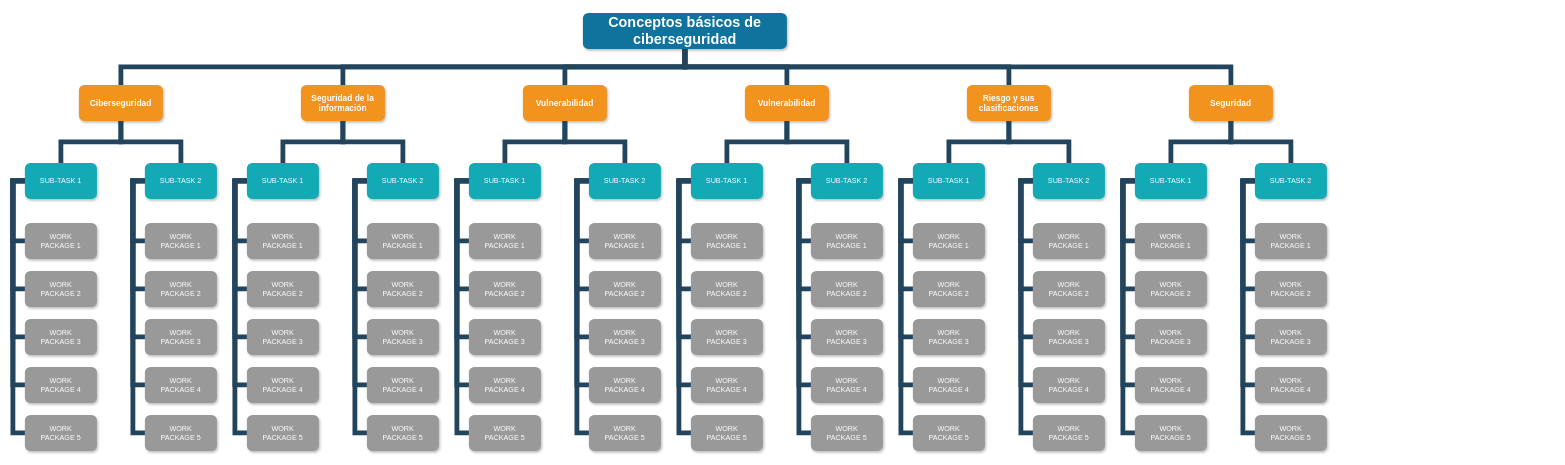
The draw.io diagram page "Page-1" (1 of 2) of Diagrama sin título.drawio in AliOrtega/Diagramas, before the edit. Source tidied: cells renumbered, new cells numbered last; positions are measured from the earlier drawing's top-left corner, leaving out a move shared by most shapes. Both pictures are drawn from the tidied source at 60%, with x=0, y=0 at pixel (13, 13).
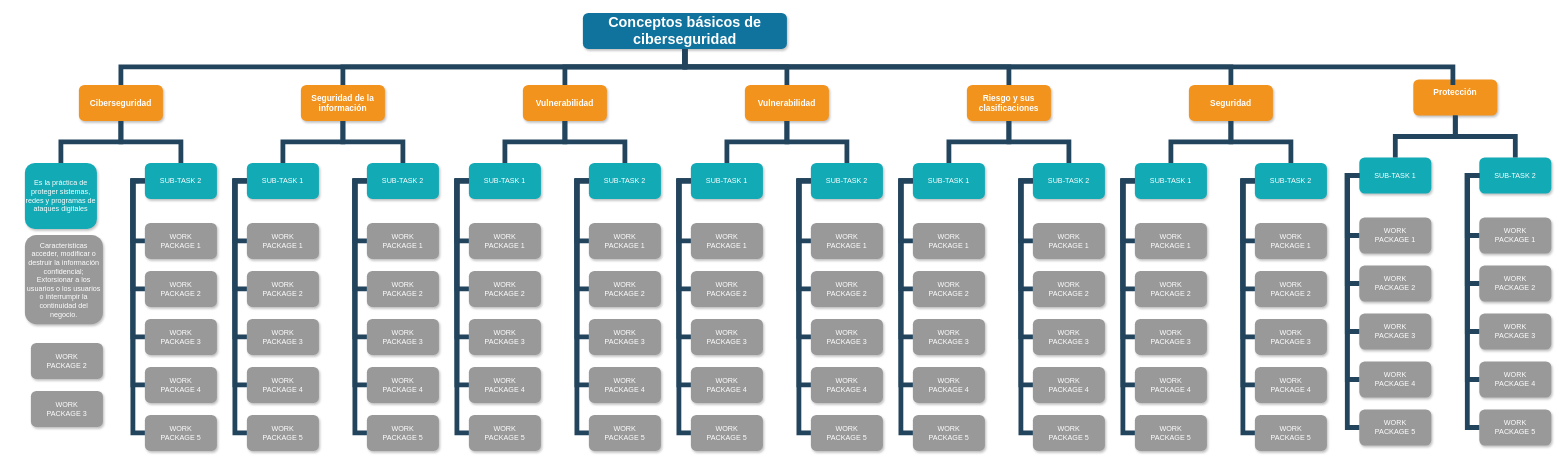
After the change.

What changed in the source:
```diff
@@
-    <mxCell id="9" value="SUB-TASK 1" style="whiteSpace=wrap;rounded=1;fillColor=#12AAB5;strokeColor=none;shadow=1;fontColor=#FFFFFF;" parent="1" vertex="1">
-      <mxGeometry x="20" y="250" width="120" height="60" as="geometry" />
+    <mxCell id="9" value="Es la práctica de proteger sistemas, redes y programas de ataques digitales" style="whiteSpace=wrap;rounded=1;fillColor=#12AAB5;strokeColor=none;shadow=1;fontColor=#FFFFFF;" parent="1" vertex="1">
+      <mxGeometry x="20" y="250" width="120" height="110" as="geometry" />
     </mxCell>
@@
-    <mxCell id="11" value="WORK&#10;PACKAGE 1" style="whiteSpace=wrap;rounded=1;fillColor=#999999;strokeColor=none;shadow=1;fontColor=#FFFFFF;fontStyle=0;" parent="1" vertex="1">
-      <mxGeometry x="20" y="350" width="120" height="60" as="geometry" />
+    <mxCell id="11" value="Caracteristicas&#10;acceder, modificar o destruir la información confidencial; Extorsionar a los usuarios o los usuarios o interrumpir la continuidad del negocio." style="whiteSpace=wrap;rounded=1;fillColor=#999999;strokeColor=none;shadow=1;fontColor=#FFFFFF;fontStyle=0;" parent="1" vertex="1">
+      <mxGeometry x="20" y="370" width="130" height="149" as="geometry" />
     </mxCell>
     <mxCell id="12" value="WORK&#10;PACKAGE 2" style="whiteSpace=wrap;rounded=1;fillColor=#999999;strokeColor=none;shadow=1;fontColor=#FFFFFF;fontStyle=0;" parent="1" vertex="1">
-      <mxGeometry x="20" y="430" width="120" height="60" as="geometry" />
+      <mxGeometry x="30" y="550" width="120" height="60" as="geometry" />
     </mxCell>
     <mxCell id="13" value="WORK&#10;PACKAGE 3" style="whiteSpace=wrap;rounded=1;fillColor=#999999;strokeColor=none;shadow=1;fontColor=#FFFFFF;fontStyle=0;" parent="1" vertex="1">
-      <mxGeometry x="20" y="510" width="120" height="60" as="geometry" />
+      <mxGeometry x="30" y="630" width="120" height="60" as="geometry" />
     </mxCell>
-    <mxCell id="14" value="WORK&#10;PACKAGE 4" style="whiteSpace=wrap;rounded=1;fillColor=#999999;strokeColor=none;shadow=1;fontColor=#FFFFFF;fontStyle=0;" parent="1" vertex="1">
-      <mxGeometry x="20" y="590" width="120" height="60" as="geometry" />
-    </mxCell>
-    <mxCell id="15" value="WORK&#10;PACKAGE 5" style="whiteSpace=wrap;rounded=1;fillColor=#999999;strokeColor=none;shadow=1;fontColor=#FFFFFF;fontStyle=0;" parent="1" vertex="1">
-      <mxGeometry x="20" y="670" width="120" height="60" as="geometry" />
-    </mxCell>
@@
-    <mxCell id="35" style="edgeStyle=elbowEdgeStyle;elbow=horizontal;rounded=0;fontColor=#000000;endArrow=none;endFill=0;strokeWidth=8;strokeColor=#23445D;" parent="1" edge="1" source="9" target="11">
-      <mxGeometry relative="1" as="geometry">
-        <Array as="points">
-          <mxPoint y="330" />
-        </Array>
-      </mxGeometry>
-    </mxCell>
-    <mxCell id="36" style="edgeStyle=elbowEdgeStyle;elbow=horizontal;rounded=0;fontColor=#000000;endArrow=none;endFill=0;strokeWidth=8;strokeColor=#23445D;" parent="1" edge="1" source="9" target="12">
-      <mxGeometry relative="1" as="geometry">
-        <Array as="points">
-          <mxPoint y="350" />
-        </Array>
-      </mxGeometry>
-    </mxCell>
-    <mxCell id="37" style="edgeStyle=elbowEdgeStyle;elbow=horizontal;rounded=0;fontColor=#000000;endArrow=none;endFill=0;strokeWidth=8;strokeColor=#23445D;" parent="1" edge="1" source="9" target="15">
-      <mxGeometry relative="1" as="geometry">
-        <Array as="points">
-          <mxPoint y="490" />
-        </Array>
-      </mxGeometry>
-    </mxCell>
-    <mxCell id="38" style="edgeStyle=elbowEdgeStyle;elbow=horizontal;rounded=0;fontColor=#000000;endArrow=none;endFill=0;strokeWidth=8;strokeColor=#23445D;" parent="1" edge="1" source="9" target="14">
-      <mxGeometry relative="1" as="geometry">
-        <Array as="points">
-          <mxPoint y="360" />
-        </Array>
-      </mxGeometry>
-    </mxCell>
-    <mxCell id="39" style="edgeStyle=elbowEdgeStyle;elbow=horizontal;rounded=0;fontColor=#000000;endArrow=none;endFill=0;strokeWidth=8;strokeColor=#23445D;" parent="1" edge="1" source="9" target="13">
-      <mxGeometry relative="1" as="geometry">
-        <Array as="points">
-          <mxPoint y="380" />
-        </Array>
-      </mxGeometry>
-    </mxCell>
@@
+    <mxCell id="159" value="Protección&#10;" style="whiteSpace=wrap;rounded=1;fillColor=#F2931E;strokeColor=none;shadow=1;fontColor=#FFFFFF;fontStyle=1;fontSize=14;" parent="1" vertex="1">
+      <mxGeometry x="2334" y="111" width="140" height="60" as="geometry" />
+    </mxCell>
+    <mxCell id="160" value="SUB-TASK 1" style="whiteSpace=wrap;rounded=1;fillColor=#12AAB5;strokeColor=none;shadow=1;fontColor=#FFFFFF;" parent="1" vertex="1">
+      <mxGeometry x="2244" y="241" width="120" height="60" as="geometry" />
+    </mxCell>
+    <mxCell id="161" value="SUB-TASK 2" style="whiteSpace=wrap;rounded=1;fillColor=#12AAB5;strokeColor=none;shadow=1;fontColor=#FFFFFF;" parent="1" vertex="1">
+      <mxGeometry x="2444" y="241" width="120" height="60" as="geometry" />
+    </mxCell>
+    <mxCell id="162" value="WORK&#10;PACKAGE 1" style="whiteSpace=wrap;rounded=1;fillColor=#999999;strokeColor=none;shadow=1;fontColor=#FFFFFF;fontStyle=0;" parent="1" vertex="1">
+      <mxGeometry x="2244" y="341" width="120" height="60" as="geometry" />
+    </mxCell>
+    <mxCell id="163" value="WORK&#10;PACKAGE 2" style="whiteSpace=wrap;rounded=1;fillColor=#999999;strokeColor=none;shadow=1;fontColor=#FFFFFF;fontStyle=0;" parent="1" vertex="1">
+      <mxGeometry x="2244" y="421" width="120" height="60" as="geometry" />
+    </mxCell>
+    <mxCell id="164" value="WORK&#10;PACKAGE 3" style="whiteSpace=wrap;rounded=1;fillColor=#999999;strokeColor=none;shadow=1;fontColor=#FFFFFF;fontStyle=0;" parent="1" vertex="1">
+      <mxGeometry x="2244" y="501" width="120" height="60" as="geometry" />
+    </mxCell>
+    <mxCell id="165" value="WORK&#10;PACKAGE 4" style="whiteSpace=wrap;rounded=1;fillColor=#999999;strokeColor=none;shadow=1;fontColor=#FFFFFF;fontStyle=0;" parent="1" vertex="1">
+      <mxGeometry x="2244" y="581" width="120" height="60" as="geometry" />
+    </mxCell>
+    <mxCell id="166" value="WORK&#10;PACKAGE 5" style="whiteSpace=wrap;rounded=1;fillColor=#999999;strokeColor=none;shadow=1;fontColor=#FFFFFF;fontStyle=0;" parent="1" vertex="1">
+      <mxGeometry x="2244" y="661" width="120" height="60" as="geometry" />
+    </mxCell>
+    <mxCell id="167" value="WORK&#10;PACKAGE 1" style="whiteSpace=wrap;rounded=1;fillColor=#999999;strokeColor=none;shadow=1;fontColor=#FFFFFF;fontStyle=0;" parent="1" vertex="1">
+      <mxGeometry x="2444" y="341" width="120" height="60" as="geometry" />
+    </mxCell>
+    <mxCell id="168" value="WORK&#10;PACKAGE 2" style="whiteSpace=wrap;rounded=1;fillColor=#999999;strokeColor=none;shadow=1;fontColor=#FFFFFF;fontStyle=0;" parent="1" vertex="1">
+      <mxGeometry x="2444" y="421" width="120" height="60" as="geometry" />
+    </mxCell>
+    <mxCell id="169" value="WORK&#10;PACKAGE 3" style="whiteSpace=wrap;rounded=1;fillColor=#999999;strokeColor=none;shadow=1;fontColor=#FFFFFF;fontStyle=0;" parent="1" vertex="1">
+      <mxGeometry x="2444" y="501" width="120" height="60" as="geometry" />
+    </mxCell>
+    <mxCell id="170" value="WORK&#10;PACKAGE 4" style="whiteSpace=wrap;rounded=1;fillColor=#999999;strokeColor=none;shadow=1;fontColor=#FFFFFF;fontStyle=0;" parent="1" vertex="1">
+      <mxGeometry x="2444" y="581" width="120" height="60" as="geometry" />
+    </mxCell>
+    <mxCell id="171" value="WORK&#10;PACKAGE 5" style="whiteSpace=wrap;rounded=1;fillColor=#999999;strokeColor=none;shadow=1;fontColor=#FFFFFF;fontStyle=0;" parent="1" vertex="1">
+      <mxGeometry x="2444" y="661" width="120" height="60" as="geometry" />
+    </mxCell>
+    <mxCell id="172" style="edgeStyle=elbowEdgeStyle;elbow=horizontal;rounded=0;fontColor=#000000;endArrow=none;endFill=0;strokeWidth=8;strokeColor=#23445D;" parent="1" edge="1" source="160" target="162">
+      <mxGeometry relative="1" as="geometry">
+        <Array as="points">
+          <mxPoint x="2224" y="321" />
+        </Array>
+      </mxGeometry>
+    </mxCell>
+    <mxCell id="173" style="edgeStyle=elbowEdgeStyle;elbow=horizontal;rounded=0;fontColor=#000000;endArrow=none;endFill=0;strokeWidth=8;strokeColor=#23445D;" parent="1" edge="1" source="160" target="163">
+      <mxGeometry relative="1" as="geometry">
+        <Array as="points">
+          <mxPoint x="2224" y="361" />
+        </Array>
+      </mxGeometry>
+    </mxCell>
+    <mxCell id="174" style="edgeStyle=elbowEdgeStyle;elbow=horizontal;rounded=0;fontColor=#000000;endArrow=none;endFill=0;strokeWidth=8;strokeColor=#23445D;" parent="1" edge="1" source="160" target="166">
+      <mxGeometry relative="1" as="geometry">
+        <Array as="points">
+          <mxPoint x="2224" y="491" />
+        </Array>
+      </mxGeometry>
+    </mxCell>
+    <mxCell id="175" style="edgeStyle=elbowEdgeStyle;elbow=horizontal;rounded=0;fontColor=#000000;endArrow=none;endFill=0;strokeWidth=8;strokeColor=#23445D;" parent="1" edge="1" source="160" target="165">
+      <mxGeometry relative="1" as="geometry">
+        <Array as="points">
+          <mxPoint x="2224" y="441" />
+        </Array>
+      </mxGeometry>
+    </mxCell>
+    <mxCell id="176" style="edgeStyle=elbowEdgeStyle;elbow=horizontal;rounded=0;fontColor=#000000;endArrow=none;endFill=0;strokeWidth=8;strokeColor=#23445D;" parent="1" edge="1" source="160" target="164">
+      <mxGeometry relative="1" as="geometry">
+        <Array as="points">
+          <mxPoint x="2224" y="411" />
+        </Array>
+      </mxGeometry>
+    </mxCell>
+    <mxCell id="177" style="edgeStyle=elbowEdgeStyle;elbow=horizontal;rounded=0;fontColor=#000000;endArrow=none;endFill=0;strokeWidth=8;strokeColor=#23445D;" parent="1" edge="1" source="161" target="167">
+      <mxGeometry relative="1" as="geometry">
+        <Array as="points">
+          <mxPoint x="2424" y="321" />
+        </Array>
+      </mxGeometry>
+    </mxCell>
+    <mxCell id="178" style="edgeStyle=elbowEdgeStyle;elbow=horizontal;rounded=0;fontColor=#000000;endArrow=none;endFill=0;strokeWidth=8;strokeColor=#23445D;" parent="1" edge="1" source="161" target="168">
+      <mxGeometry relative="1" as="geometry">
+        <Array as="points">
+          <mxPoint x="2424" y="361" />
+        </Array>
+      </mxGeometry>
+    </mxCell>
+    <mxCell id="179" style="edgeStyle=elbowEdgeStyle;elbow=horizontal;rounded=0;fontColor=#000000;endArrow=none;endFill=0;strokeWidth=8;strokeColor=#23445D;" parent="1" edge="1" source="161" target="171">
+      <mxGeometry relative="1" as="geometry">
+        <Array as="points">
+          <mxPoint x="2424" y="481" />
+        </Array>
+      </mxGeometry>
+    </mxCell>
+    <mxCell id="180" style="edgeStyle=elbowEdgeStyle;elbow=horizontal;rounded=0;fontColor=#000000;endArrow=none;endFill=0;strokeWidth=8;strokeColor=#23445D;" parent="1" edge="1" source="161" target="170">
+      <mxGeometry relative="1" as="geometry">
+        <Array as="points">
+          <mxPoint x="2424" y="441" />
+        </Array>
+      </mxGeometry>
+    </mxCell>
+    <mxCell id="181" style="edgeStyle=elbowEdgeStyle;elbow=horizontal;rounded=0;fontColor=#000000;endArrow=none;endFill=0;strokeWidth=8;strokeColor=#23445D;" parent="1" edge="1" source="161" target="169">
+      <mxGeometry relative="1" as="geometry">
+        <Array as="points">
+          <mxPoint x="2424" y="411" />
+        </Array>
+      </mxGeometry>
+    </mxCell>
+    <mxCell id="182" style="edgeStyle=elbowEdgeStyle;elbow=vertical;rounded=0;fontColor=#000000;endArrow=none;endFill=0;strokeWidth=8;strokeColor=#23445D;" parent="1" edge="1" source="159" target="160">
+      <mxGeometry relative="1" as="geometry" />
+    </mxCell>
+    <mxCell id="183" style="edgeStyle=elbowEdgeStyle;elbow=vertical;rounded=0;fontColor=#000000;endArrow=none;endFill=0;strokeWidth=8;strokeColor=#23445D;" parent="1" edge="1" source="159" target="161">
+      <mxGeometry relative="1" as="geometry" />
+    </mxCell>
+    <mxCell id="184" style="edgeStyle=elbowEdgeStyle;elbow=vertical;rounded=0;fontColor=#000000;endArrow=none;endFill=0;strokeWidth=8;strokeColor=#23445D;" parent="1" edge="1">
+      <mxGeometry relative="1" as="geometry">
+        <mxPoint x="1120" y="60" as="sourcePoint" />
+        <mxPoint x="2400" y="120" as="targetPoint" />
+      </mxGeometry>
+    </mxCell>
```
